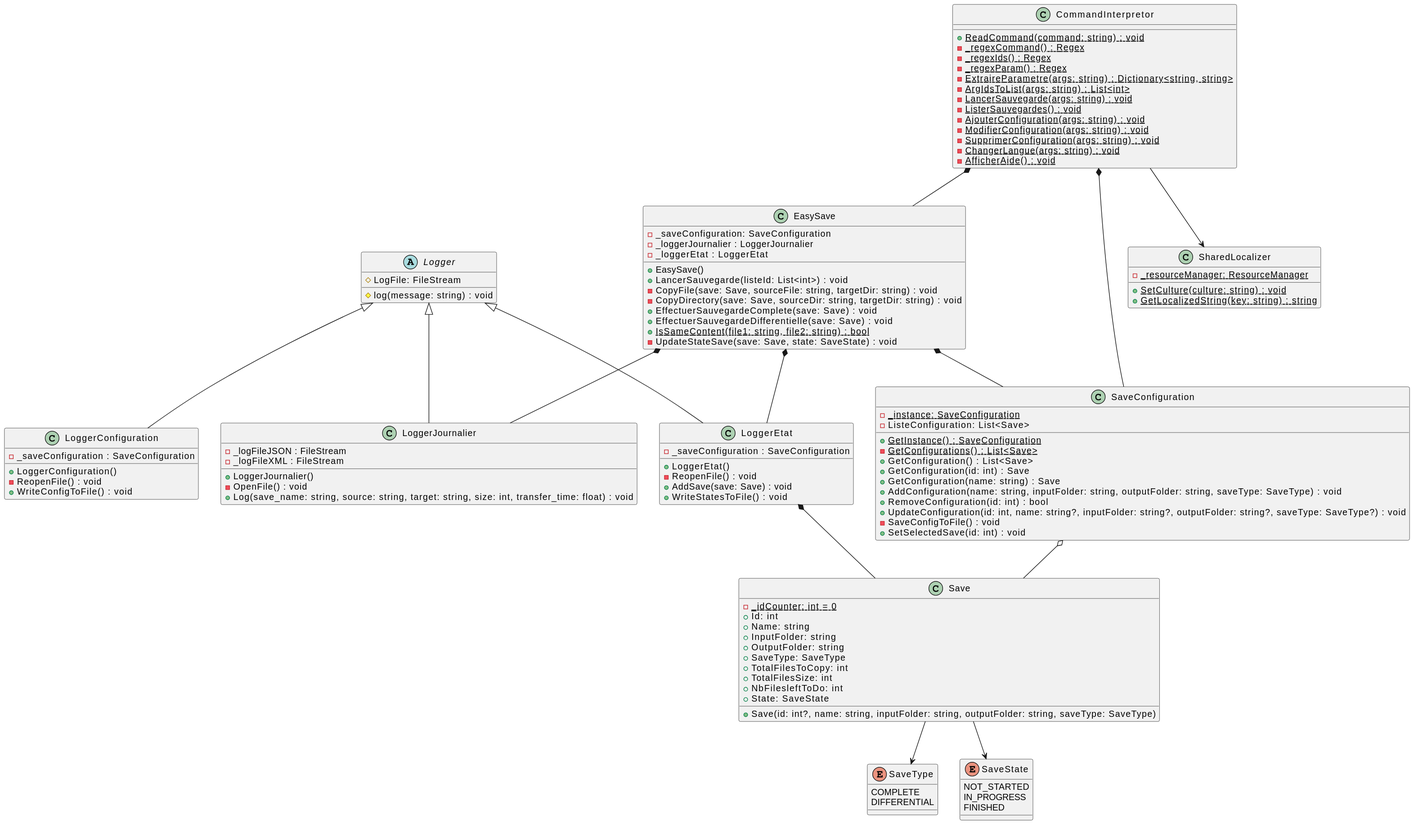
Before: UML/output/ClassDiagram.svg, a diagram exported from PlantUML (Melvin-Menanteau/EasySave).
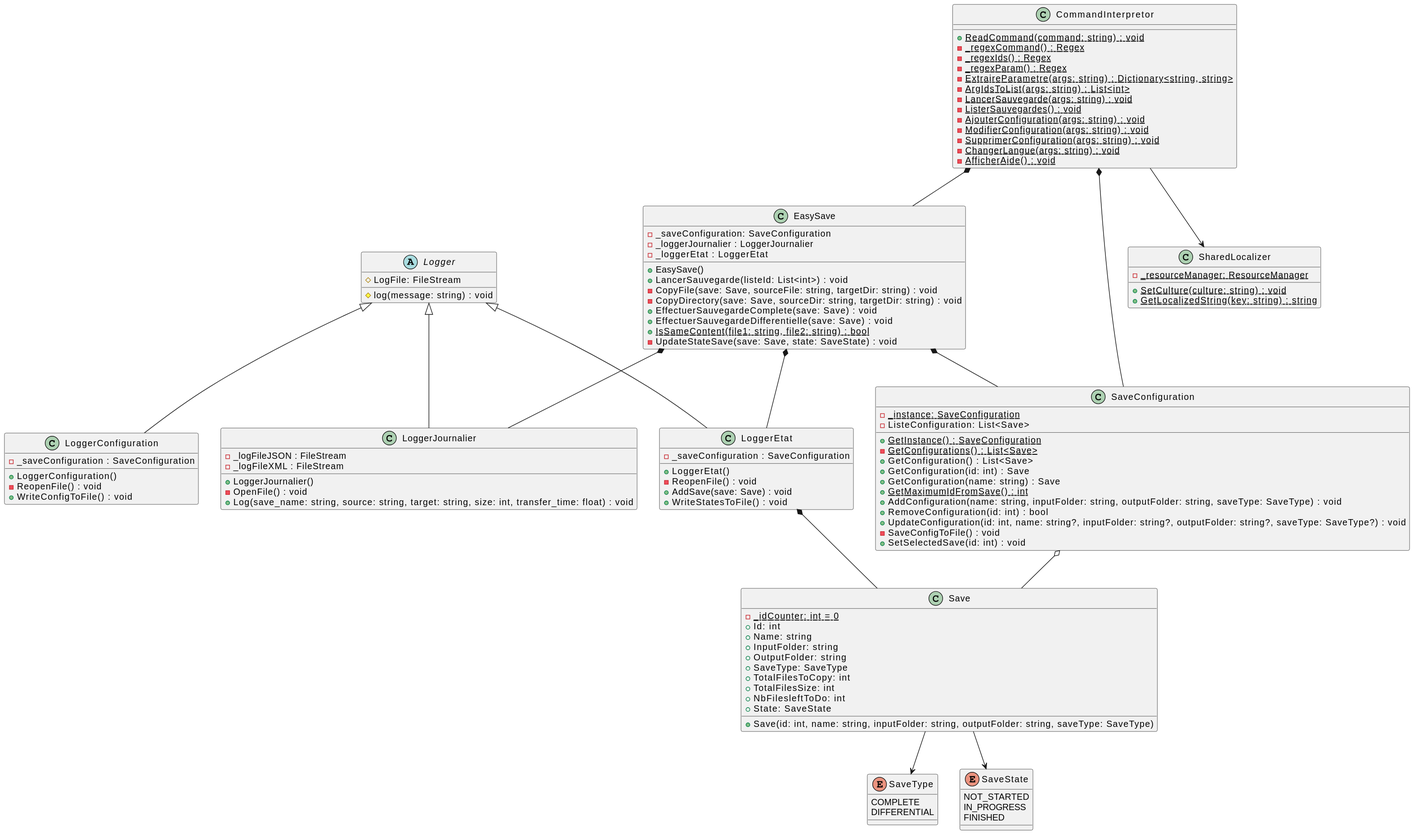
The same diagram one commit later.

What changed in the source:
```diff
@@ -57,6 +57,7 @@
 	+GetConfiguration() : List<Save>
 	+GetConfiguration(id: int) : Save
 	+GetConfiguration(name: string) : Save
+	{static}+GetMaximumIdFromSave() : int
 	+AddConfiguration(name: string, inputFolder: string, outputFolder: string, saveType: SaveType) : void
 	+RemoveConfiguration(id: int) : bool
 	+UpdateConfiguration(id: int, name: string?, inputFolder: string?, outputFolder: string?, saveType: SaveType?) : void
@@ -88,7 +89,7 @@
 	+TotalFilesSize: int
 	+NbFilesleftToDo: int
 	+State: SaveState
-	+Save(id: int?, name: string, inputFolder: string, outputFolder: string, saveType: SaveType)
+	+Save(id: int, name: string, inputFolder: string, outputFolder: string, saveType: SaveType)
 
 }
 
```
